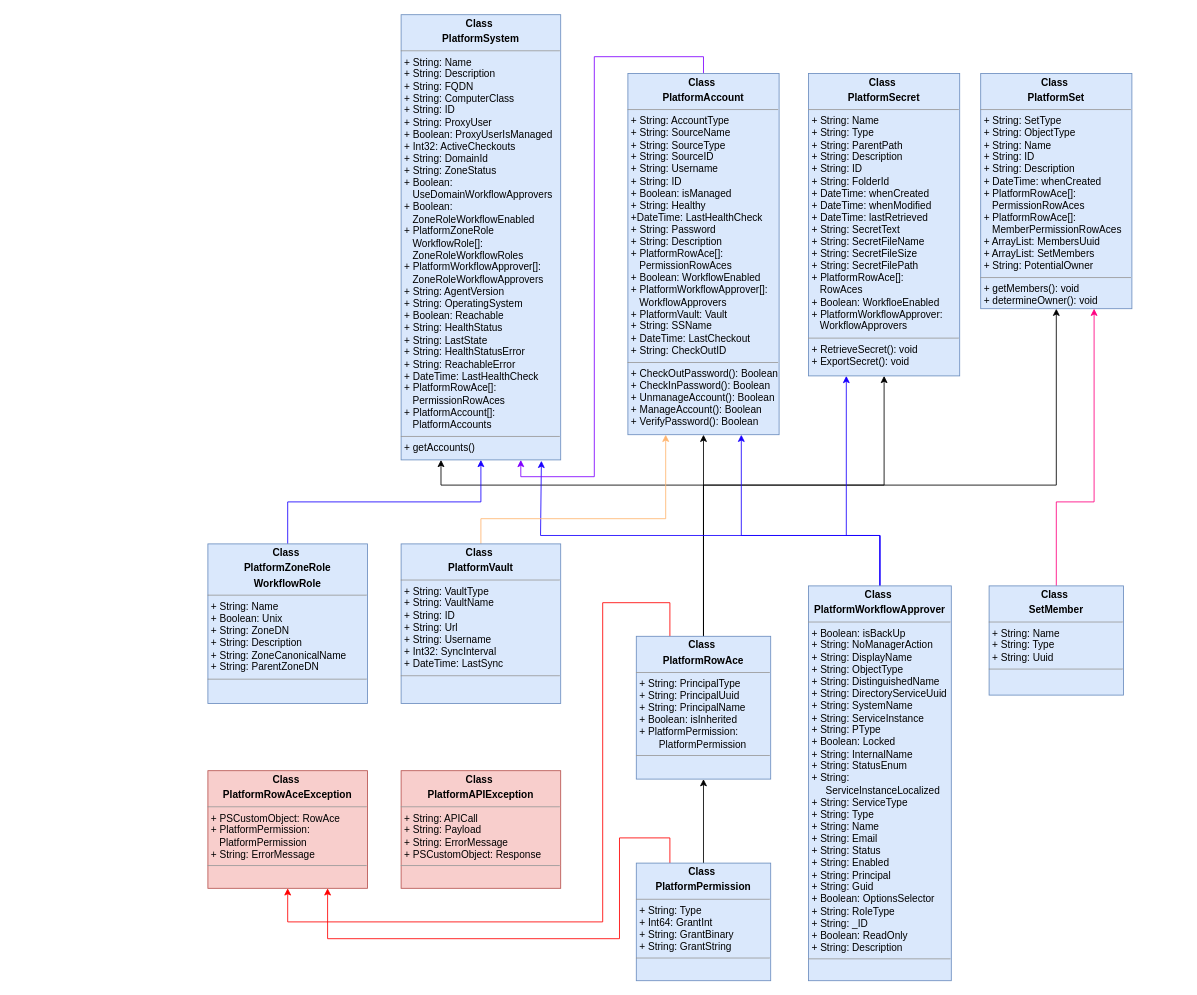
Above: umldiagram.drawio in dnlrv/PlatformPlus (draw.io), before the change. Source tidied: cells renumbered, new cells numbered last; positions are measured from the earlier drawing's top-left corner, leaving out a move shared by most shapes. Both pictures are drawn from the tidied source at 84%, with x=0, y=0 at pixel (207, 14).
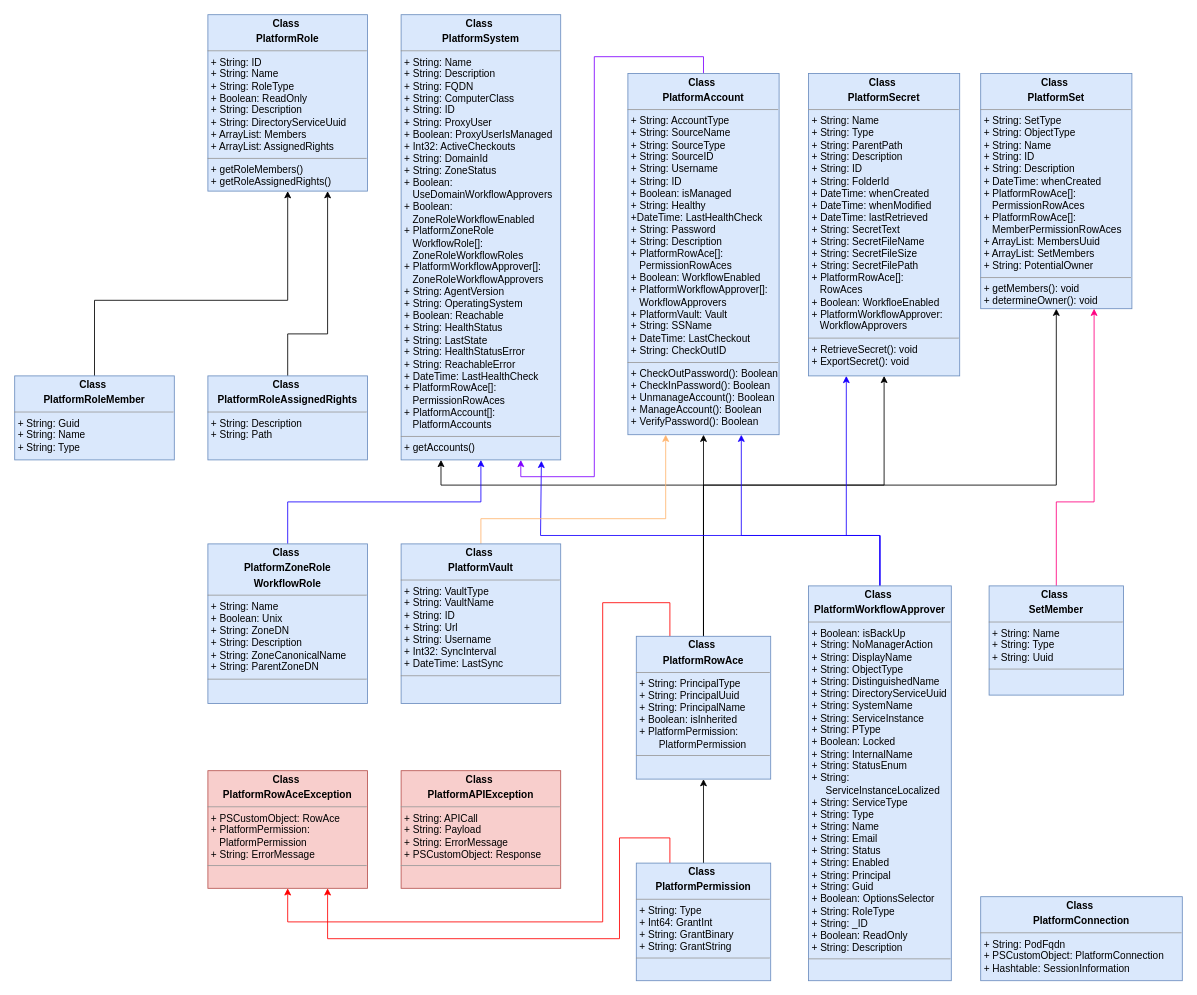
The same diagram, later.

Commit message (it also covers changes not shown here):
Added PlatformConnection class and Set-PlatformConnection, updated diagrams

What changed in the source:
```diff
@@
+    <mxCell id="28" value="&lt;p style=&quot;margin: 0px ; margin-top: 4px ; text-align: center&quot;&gt;&lt;b&gt;Class&amp;nbsp;&lt;/b&gt;&lt;/p&gt;&lt;p style=&quot;margin: 0px ; margin-top: 4px ; text-align: center&quot;&gt;&lt;b&gt;PlatformRole&lt;br&gt;&lt;/b&gt;&lt;/p&gt;&lt;hr size=&quot;1&quot;&gt;&lt;p style=&quot;margin: 0px ; margin-left: 4px&quot;&gt;+ String: ID&lt;br&gt;&lt;/p&gt;&lt;p style=&quot;margin: 0px ; margin-left: 4px&quot;&gt;+ String: Name&lt;/p&gt;&lt;p style=&quot;margin: 0px ; margin-left: 4px&quot;&gt;+ String: RoleType&lt;/p&gt;&lt;p style=&quot;margin: 0px ; margin-left: 4px&quot;&gt;+ Boolean: ReadOnly&lt;/p&gt;&lt;p style=&quot;margin: 0px ; margin-left: 4px&quot;&gt;+ String: Description&lt;/p&gt;&lt;p style=&quot;margin: 0px ; margin-left: 4px&quot;&gt;+ String: DirectoryServiceUuid&lt;/p&gt;&lt;p style=&quot;margin: 0px ; margin-left: 4px&quot;&gt;+ ArrayList: Members&lt;/p&gt;&lt;p style=&quot;margin: 0px ; margin-left: 4px&quot;&gt;+ ArrayList: AssignedRights&lt;/p&gt;&lt;hr size=&quot;1&quot;&gt;&lt;p style=&quot;margin: 0px ; margin-left: 4px&quot;&gt;+ getRoleMembers()&lt;/p&gt;&lt;p style=&quot;margin: 0px ; margin-left: 4px&quot;&gt;+ getRoleAssignedRights()&lt;/p&gt;" style="verticalAlign=top;align=left;overflow=fill;fontSize=12;fontFamily=Helvetica;html=1;fillColor=#dae8fc;strokeColor=#6c8ebf;" parent="1" vertex="1">
+      <mxGeometry width="190" height="210" as="geometry" />
+    </mxCell>
+    <mxCell id="29" style="edgeStyle=orthogonalEdgeStyle;rounded=0;jettySize=auto;html=1;entryX=0.75;entryY=1;entryDx=0;entryDy=0;" parent="1" edge="1" source="30" target="28">
+      <mxGeometry relative="1" as="geometry">
+        <Array as="points">
+          <mxPoint x="95" y="380" />
+          <mxPoint x="143" y="380" />
+        </Array>
+      </mxGeometry>
+    </mxCell>
+    <mxCell id="30" value="&lt;p style=&quot;margin: 0px ; margin-top: 4px ; text-align: center&quot;&gt;&lt;b&gt;Class&amp;nbsp;&lt;/b&gt;&lt;/p&gt;&lt;p style=&quot;margin: 0px ; margin-top: 4px ; text-align: center&quot;&gt;&lt;b&gt;PlatformRoleAssignedRights&lt;br&gt;&lt;/b&gt;&lt;/p&gt;&lt;hr size=&quot;1&quot;&gt;&lt;p style=&quot;margin: 0px ; margin-left: 4px&quot;&gt;+ String: Description&lt;/p&gt;&lt;p style=&quot;margin: 0px ; margin-left: 4px&quot;&gt;+ String: Path&lt;/p&gt;" style="verticalAlign=top;align=left;overflow=fill;fontSize=12;fontFamily=Helvetica;html=1;fillColor=#dae8fc;strokeColor=#6c8ebf;" parent="1" vertex="1">
+      <mxGeometry y="430" width="190" height="100" as="geometry" />
+    </mxCell>
+    <mxCell id="31" style="edgeStyle=orthogonalEdgeStyle;rounded=0;jettySize=auto;html=1;entryX=0.5;entryY=1;entryDx=0;entryDy=0;" parent="1" edge="1" source="32" target="28">
+      <mxGeometry relative="1" as="geometry">
+        <Array as="points">
+          <mxPoint x="-135" y="340" />
+          <mxPoint x="95" y="340" />
+        </Array>
+      </mxGeometry>
+    </mxCell>
+    <mxCell id="32" value="&lt;p style=&quot;margin: 0px ; margin-top: 4px ; text-align: center&quot;&gt;&lt;b&gt;Class&amp;nbsp;&lt;/b&gt;&lt;/p&gt;&lt;p style=&quot;margin: 0px ; margin-top: 4px ; text-align: center&quot;&gt;&lt;b&gt;PlatformRoleMember&lt;br&gt;&lt;/b&gt;&lt;/p&gt;&lt;hr size=&quot;1&quot;&gt;&lt;p style=&quot;margin: 0px ; margin-left: 4px&quot;&gt;+ String: Guid&lt;/p&gt;&lt;p style=&quot;margin: 0px ; margin-left: 4px&quot;&gt;+ String: Name&lt;/p&gt;&lt;p style=&quot;margin: 0px ; margin-left: 4px&quot;&gt;+ String: Type&lt;/p&gt;" style="verticalAlign=top;align=left;overflow=fill;fontSize=12;fontFamily=Helvetica;html=1;fillColor=#dae8fc;strokeColor=#6c8ebf;" parent="1" vertex="1">
+      <mxGeometry x="-230" y="430" width="190" height="100" as="geometry" />
+    </mxCell>
+    <mxCell id="33" value="&lt;p style=&quot;margin: 0px ; margin-top: 4px ; text-align: center&quot;&gt;&lt;b&gt;Class&amp;nbsp;&lt;/b&gt;&lt;/p&gt;&lt;p style=&quot;margin: 0px ; margin-top: 4px ; text-align: center&quot;&gt;&lt;b&gt;PlatformConnection&lt;/b&gt;&lt;/p&gt;&lt;hr size=&quot;1&quot;&gt;&lt;p style=&quot;margin: 0px ; margin-left: 4px&quot;&gt;+ String: PodFqdn&lt;/p&gt;&lt;p style=&quot;margin: 0px ; margin-left: 4px&quot;&gt;+ PSCustomObject: PlatformConnection&lt;/p&gt;&lt;p style=&quot;margin: 0px ; margin-left: 4px&quot;&gt;&lt;/p&gt;&lt;p style=&quot;margin: 0px ; margin-left: 4px&quot;&gt;+ Hashtable: SessionInformation&lt;/p&gt;" style="verticalAlign=top;align=left;overflow=fill;fontSize=12;fontFamily=Helvetica;html=1;fillColor=#dae8fc;strokeColor=#6c8ebf;" parent="1" vertex="1">
+      <mxGeometry x="920" y="1050" width="240" height="100" as="geometry" />
+    </mxCell>
```
